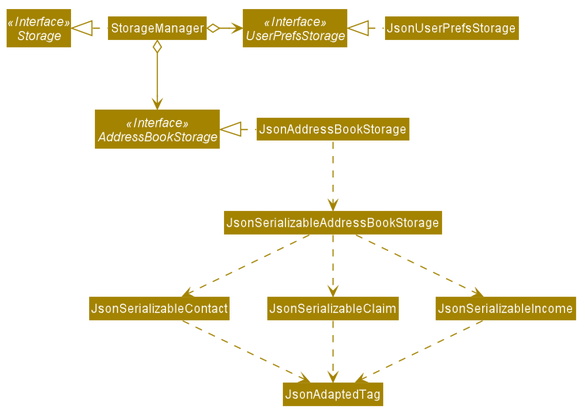
This is images/StorageClassDiagram.png from AY1920S1-CS2103T-W12-1/main, a PlantUML export, as it was before one commit.
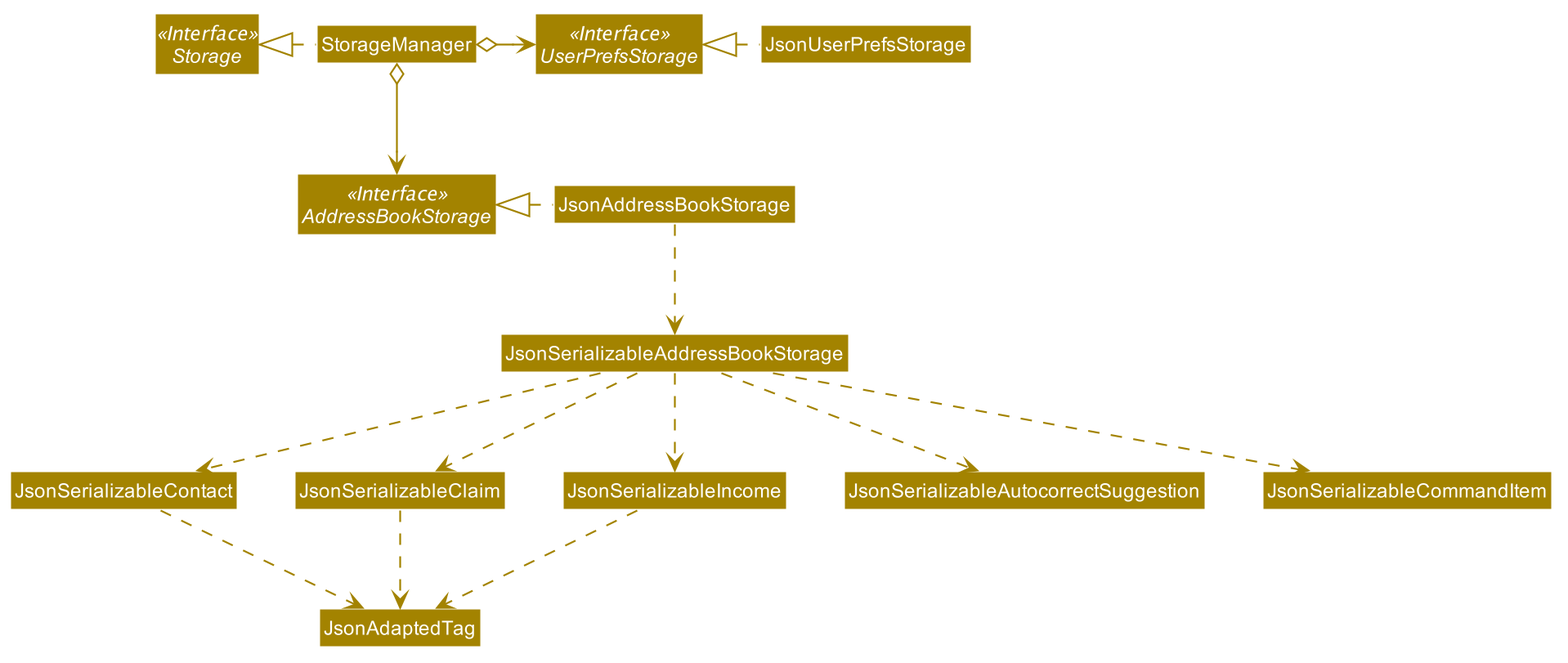
Later version of the same file.

Change to the diagram source:
```diff
@@ -17,6 +17,7 @@
     BorderColor #FFFFFF
     StereotypeFontColor #FFFFFF
     FontName Arial
+    MemberColor #FFFFFF
 }
 
 skinparam Actor {
@@ -69,7 +70,10 @@
 JsonSerializableAddressBookStorage .down.> JsonSerializableContact
 JsonSerializableAddressBookStorage .down.> JsonSerializableClaim
 JsonSerializableAddressBookStorage .down.> JsonSerializableIncome
+JsonSerializableAddressBookStorage .down.> JsonSerializableAutocorrectSuggestion
+JsonSerializableAddressBookStorage .down.> JsonSerializableCommandItem
 JsonSerializableContact .down.> JsonAdaptedTag
 JsonSerializableIncome .down.> JsonAdaptedTag
 JsonSerializableClaim .down.> JsonAdaptedTag
+
 @enduml
```
